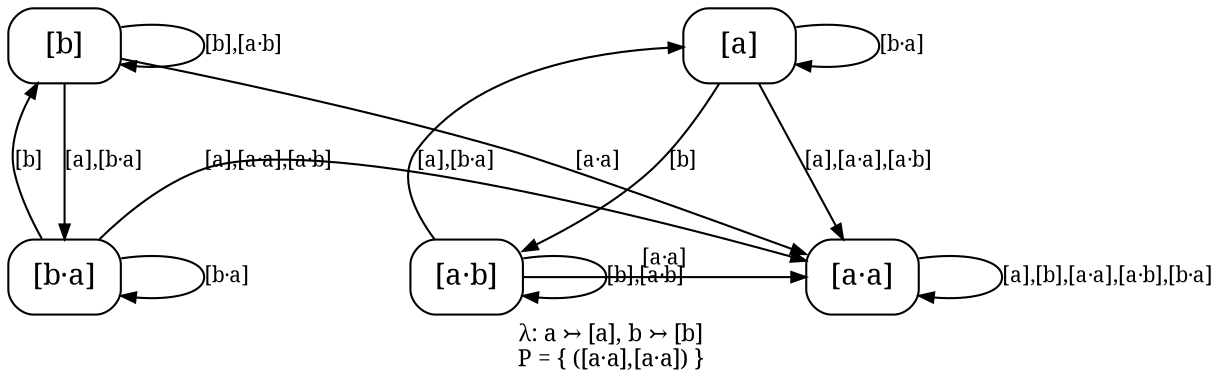
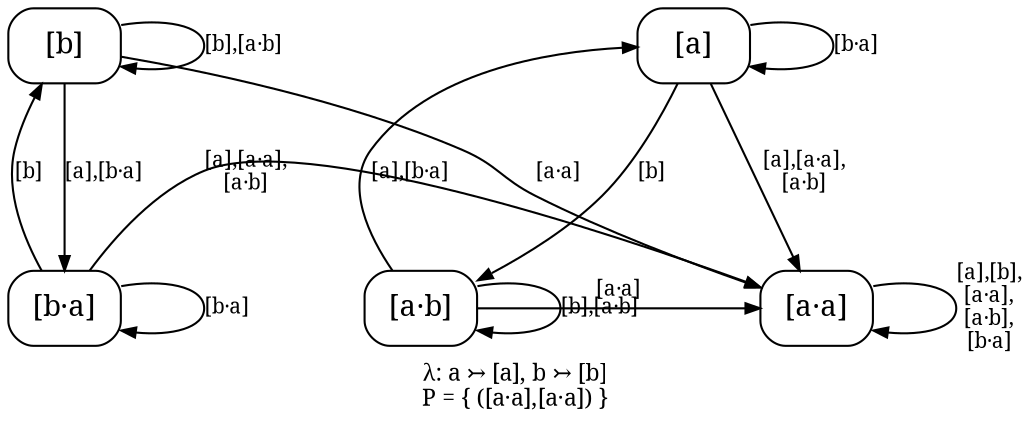
// sos2cayley gf_aa.sos --rename a=a,!a=b
digraph core_F1_gf_aa {
  rankdir=TB;
  ranksep=0.87; nodesep=0.55;
  node [shape=box, style=rounded, fontname="serif", margin="0.06,0.03"];
  edge [fontname="serif", fontsize=10, arrowsize=0.7];
  label="λ: a ↣ [a], b ↣ [b]\nP = { ([a·a],[a·a]) }";
  labelloc="b"; labeljust="c"; fontname="serif"; fontsize=11;

  a [label="[a]"];
  b [label="[b]"];
  aa [label="[a·a]"];
  ab [label="[a·b]"];
  ba [label="[b·a]"];

  { rank=same; a b; }
  { rank=same; aa ab ba; }

-   a -> aa [label="[a],[a·a],[a·b]", weight=3];
+   a -> aa [label="[a],[a·a],\n[a·b]", weight=3];
  a -> ab [label="[b]", weight=3];
  a -> a [label="[b·a]", weight=1];
  b -> ba [label="[a],[b·a]", weight=3];
  b -> b [label="[b],[a·b]", weight=1];
  b -> aa [label="[a·a]", weight=1];
-   aa -> aa [label="[a],[b],[a·a],[a·b],[b·a]", weight=1];
+   aa -> aa [label="[a],[b],\n[a·a],\n[a·b],\n[b·a]", weight=1];
  ab -> a [label="[a],[b·a]", weight=1];
  ab -> ab [label="[b],[a·b]", weight=1];
  ab -> aa [label="[a·a]", weight=1];
-   ba -> aa [label="[a],[a·a],[a·b]", weight=1];
+   ba -> aa [label="[a],[a·a],\n[a·b]", weight=1];
  ba -> b [label="[b]", weight=1];
  ba -> ba [label="[b·a]", weight=1];
}
